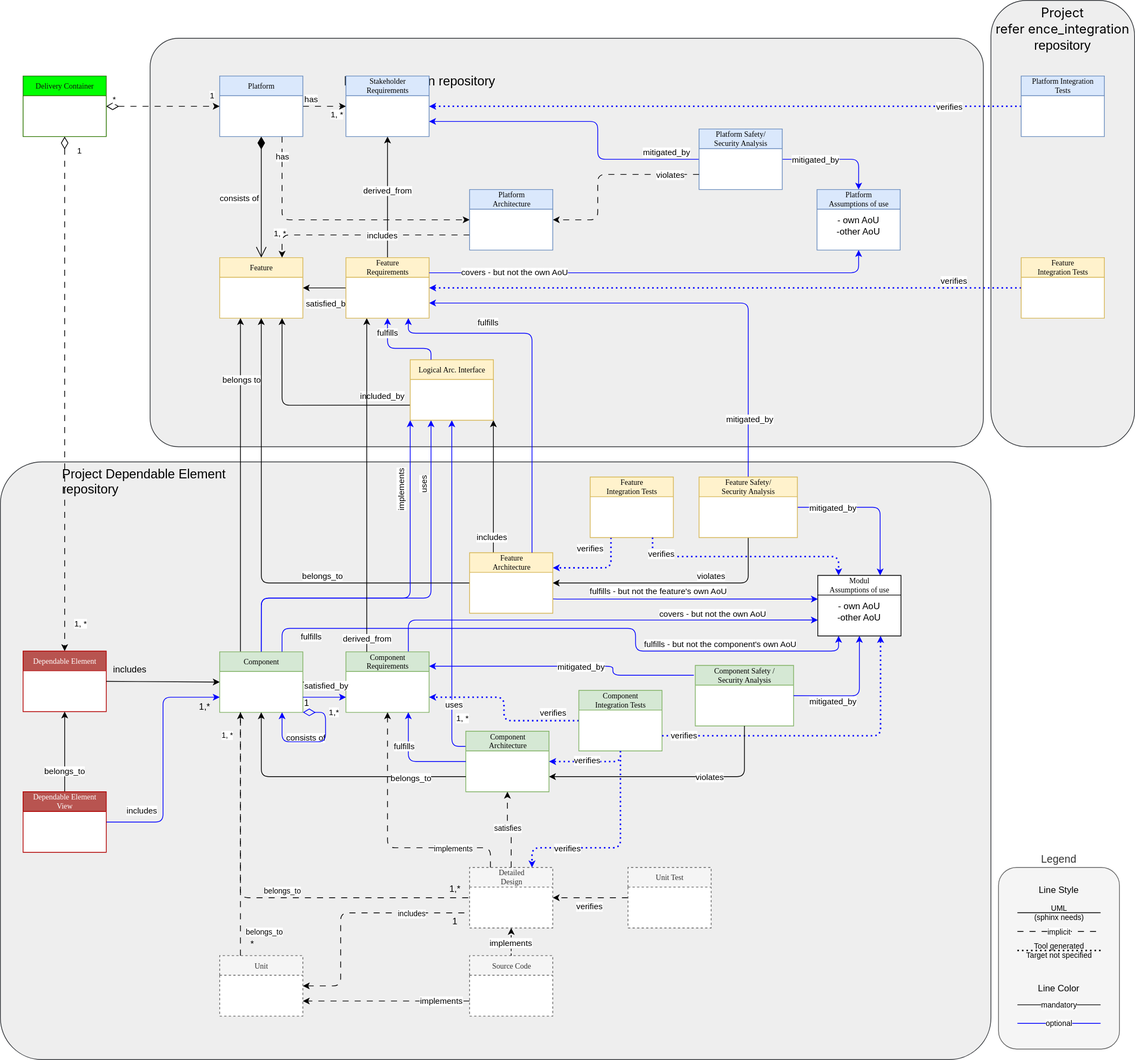
The draw.io diagram pr-793/_images/score_building_blocks_meta_model_deployment_example.drawio.svg in eclipse-score/process_description, before a commit. Source tidied: cells renumbered, new cells last; positions are measured from the earlier drawing's top-left corner, leaving out a move shared by most shapes.
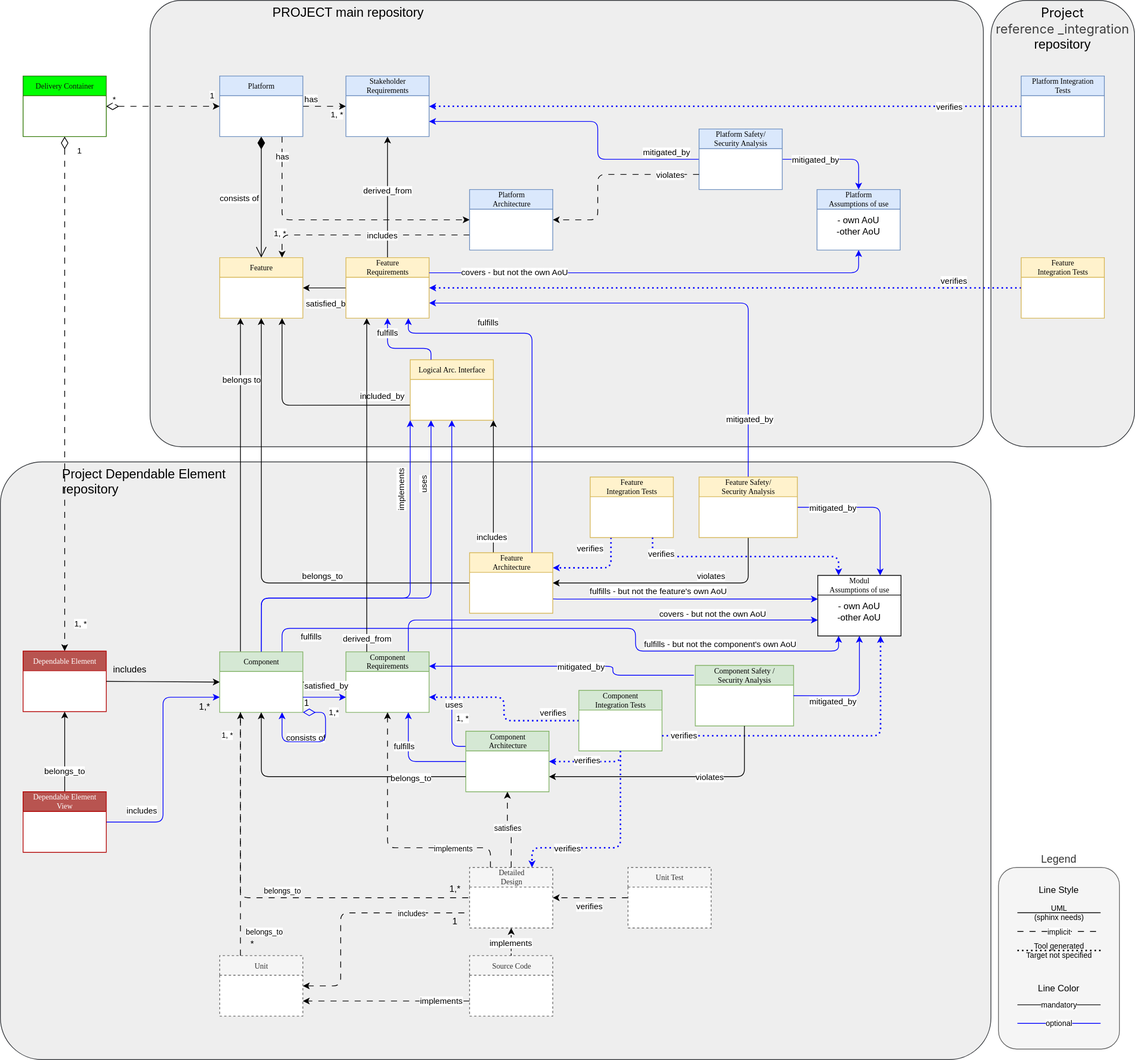
After the change.

What changed in the source:
```diff
@@ -5,11 +5,11 @@
     <mxCell id="2" value="Project Dependable Element &#10;repository" style="rounded=1;whiteSpace=wrap;fillColor=#eeeeee;strokeColor=#36393d;align=left;verticalAlign=top;fontSize=17;labelBackgroundColor=none;spacingLeft=80;arcSize=7;" parent="1" vertex="1">
       <mxGeometry y="610" width="1310" height="790" as="geometry" />
     </mxCell>
-    <mxCell id="3" value="&lt;div style=&quot;&quot;&gt;&lt;h4 class=&quot;Title-module__heading__tHuYV ReposListItem-module__DefaultItemTitle__n3lDr&quot; style=&quot;background-color: transparent; text-decoration-thickness: auto; text-decoration-style: solid; box-sizing: border-box; margin-top: 0px; margin-bottom: 0px; font-weight: 400; max-width: 100%; text-overflow: ellipsis; flex-shrink: 1; justify-content: space-between; display: inline; overflow: hidden; padding-left: 0px; caret-color: rgb(240, 246, 252);&quot;&gt;&lt;font style=&quot;font-size: 17px;&quot;&gt;&lt;span style=&quot;box-sizing: border-box;&quot;&gt;&lt;span class=&quot;SearchMatchText-module__highlightedText__ATaD0&quot; style=&quot;font-family: -apple-system, BlinkMacSystemFont, &amp;quot;Segoe UI&amp;quot;, &amp;quot;Noto Sans&amp;quot;, Helvetica, Arial, sans-serif, &amp;quot;Apple Color Emoji&amp;quot;, &amp;quot;Segoe UI Emoji&amp;quot;; text-wrap-mode: nowrap; box-sizing: border-box; background-color: rgba(0, 0, 0, 0); caret-color: rgb(240, 246, 252);&quot;&gt;Project&lt;/span&gt;&lt;/span&gt;&lt;/font&gt;&lt;/h4&gt;&lt;/div&gt;&lt;div style=&quot;&quot;&gt;&lt;h4 class=&quot;Title-module__heading__tHuYV ReposListItem-module__DefaultItemTitle__n3lDr&quot; style=&quot;background-color: transparent; text-decoration-thickness: auto; text-decoration-style: solid; box-sizing: border-box; margin-top: 0px; margin-bottom: 0px; font-weight: 400; max-width: 100%; text-overflow: ellipsis; flex-shrink: 1; justify-content: space-between; display: inline; overflow: hidden; padding-left: 0px; caret-color: rgb(240, 246, 252);&quot;&gt;&lt;font style=&quot;font-size: 17px;&quot;&gt;&lt;span style=&quot;box-sizing: border-box;&quot;&gt;&lt;span class=&quot;SearchMatchText-module__highlightedText__ATaD0&quot; style=&quot;font-family: -apple-system, BlinkMacSystemFont, &amp;quot;Segoe UI&amp;quot;, &amp;quot;Noto Sans&amp;quot;, Helvetica, Arial, sans-serif, &amp;quot;Apple Color Emoji&amp;quot;, &amp;quot;Segoe UI Emoji&amp;quot;; text-wrap-mode: nowrap; box-sizing: border-box; background-color: rgba(0, 0, 0, 0); caret-color: rgb(240, 246, 252);&quot;&gt;&amp;nbsp;refer&lt;/span&gt;&lt;font face=&quot;-apple-system, BlinkMacSystemFont, Segoe UI, Noto Sans, Helvetica, Arial, sans-serif, Apple Color Emoji, Segoe UI Emoji&quot;&gt;&lt;span style=&quot;text-wrap-mode: nowrap; caret-color: rgb(240, 246, 252);&quot;&gt;ence_integration&lt;/span&gt;&lt;/font&gt;&lt;font face=&quot;-apple-system, system-ui, Segoe UI, Noto Sans, Helvetica, Arial, sans-serif, Apple Color Emoji, Segoe UI Emoji&quot;&gt;&lt;span style=&quot;text-wrap-mode: nowrap; caret-color: rgb(240, 246, 252);&quot;&gt;&lt;br&gt;&lt;/span&gt;&lt;/font&gt;&lt;/span&gt;&lt;/font&gt;&lt;/h4&gt;&lt;span style=&quot;background-color: transparent; font-size: 17px;&quot;&gt;repository&lt;/span&gt;&lt;/div&gt;" style="rounded=1;whiteSpace=wrap;html=1;fillColor=#eeeeee;strokeColor=#36393d;verticalAlign=top;align=center;fontColor=default;arcSize=25;" parent="1" vertex="1">
+    <mxCell id="3" value="&lt;div style=&quot;&quot;&gt;&lt;h4 class=&quot;Title-module__heading__tHuYV ReposListItem-module__DefaultItemTitle__n3lDr&quot; style=&quot;background-color: transparent; text-decoration-thickness: auto; text-decoration-style: solid; box-sizing: border-box; margin-top: 0px; margin-bottom: 0px; font-weight: 400; max-width: 100%; text-overflow: ellipsis; flex-shrink: 1; justify-content: space-between; display: inline; overflow: hidden; padding-left: 0px; caret-color: rgb(240, 246, 252);&quot;&gt;&lt;font style=&quot;font-size: 17px;&quot;&gt;&lt;span style=&quot;box-sizing: border-box;&quot;&gt;&lt;span class=&quot;SearchMatchText-module__highlightedText__ATaD0&quot; style=&quot;font-family: -apple-system, BlinkMacSystemFont, &amp;quot;Segoe UI&amp;quot;, &amp;quot;Noto Sans&amp;quot;, Helvetica, Arial, sans-serif, &amp;quot;Apple Color Emoji&amp;quot;, &amp;quot;Segoe UI Emoji&amp;quot;; text-wrap-mode: nowrap; box-sizing: border-box; background-color: rgba(0, 0, 0, 0); caret-color: rgb(240, 246, 252);&quot;&gt;Project&lt;/span&gt;&lt;/span&gt;&lt;/font&gt;&lt;/h4&gt;&lt;/div&gt;&lt;div style=&quot;&quot;&gt;&lt;span style=&quot;color: rgb(63, 63, 63); font-size: 17px; background-color: rgba(0, 0, 0, 0); caret-color: rgb(240, 246, 252); white-space: nowrap; font-family: -apple-system, BlinkMacSystemFont, &amp;quot;Segoe UI&amp;quot;, &amp;quot;Noto Sans&amp;quot;, Helvetica, Arial, sans-serif, &amp;quot;Apple Color Emoji&amp;quot;, &amp;quot;Segoe UI Emoji&amp;quot;; box-sizing: border-box;&quot; class=&quot;SearchMatchText-module__highlightedText__ATaD0&quot;&gt;&amp;nbsp;reference&lt;/span&gt;&lt;font style=&quot;color: rgb(63, 63, 63); font-size: 17px; background-color: transparent; caret-color: light-dark(rgb(240, 246, 252), rgb(22, 27, 33));&quot; face=&quot;-apple-system, BlinkMacSystemFont, Segoe UI, Noto Sans, Helvetica, Arial, sans-serif, Apple Color Emoji, Segoe UI Emoji&quot;&gt;&lt;span style=&quot;text-wrap-mode: nowrap; caret-color: rgb(240, 246, 252);&quot;&gt;_integration&lt;/span&gt;&lt;/font&gt;&lt;/div&gt;&lt;div style=&quot;&quot;&gt;&lt;span style=&quot;background-color: transparent; font-size: 17px;&quot;&gt;repository&lt;/span&gt;&lt;/div&gt;" style="rounded=1;whiteSpace=wrap;html=1;fillColor=#eeeeee;strokeColor=#36393d;verticalAlign=top;align=center;fontColor=default;arcSize=25;" parent="1" vertex="1">
       <mxGeometry x="1310" width="190" height="590" as="geometry" />
     </mxCell>
     <mxCell id="4" value="&lt;span style=&quot;white-space: pre;&quot;&gt;&#9;&lt;/span&gt;&lt;span style=&quot;white-space: pre;&quot;&gt;&#9;&lt;/span&gt;PROJECT main repository" style="rounded=1;whiteSpace=wrap;html=1;fillColor=#eeeeee;strokeColor=#36393d;align=left;verticalAlign=top;fontSize=17;arcSize=7;spacingLeft=80;fontFamily=Helvetica;fontColor=default;labelBackgroundColor=none;" parent="1" vertex="1">
-      <mxGeometry x="198" y="50" width="1102" height="540" as="geometry" />
+      <mxGeometry x="198" width="1102" height="590" as="geometry" />
     </mxCell>
     <mxCell id="5" style="edgeStyle=orthogonalEdgeStyle;rounded=0;jettySize=auto;html=1;dashed=1;entryX=1;entryY=0.5;entryDx=0;entryDy=0;verticalAlign=middle;dashPattern=8 8;" parent="1" edge="1" source="91" target="49">
       <mxGeometry relative="1" as="geometry" />
```
